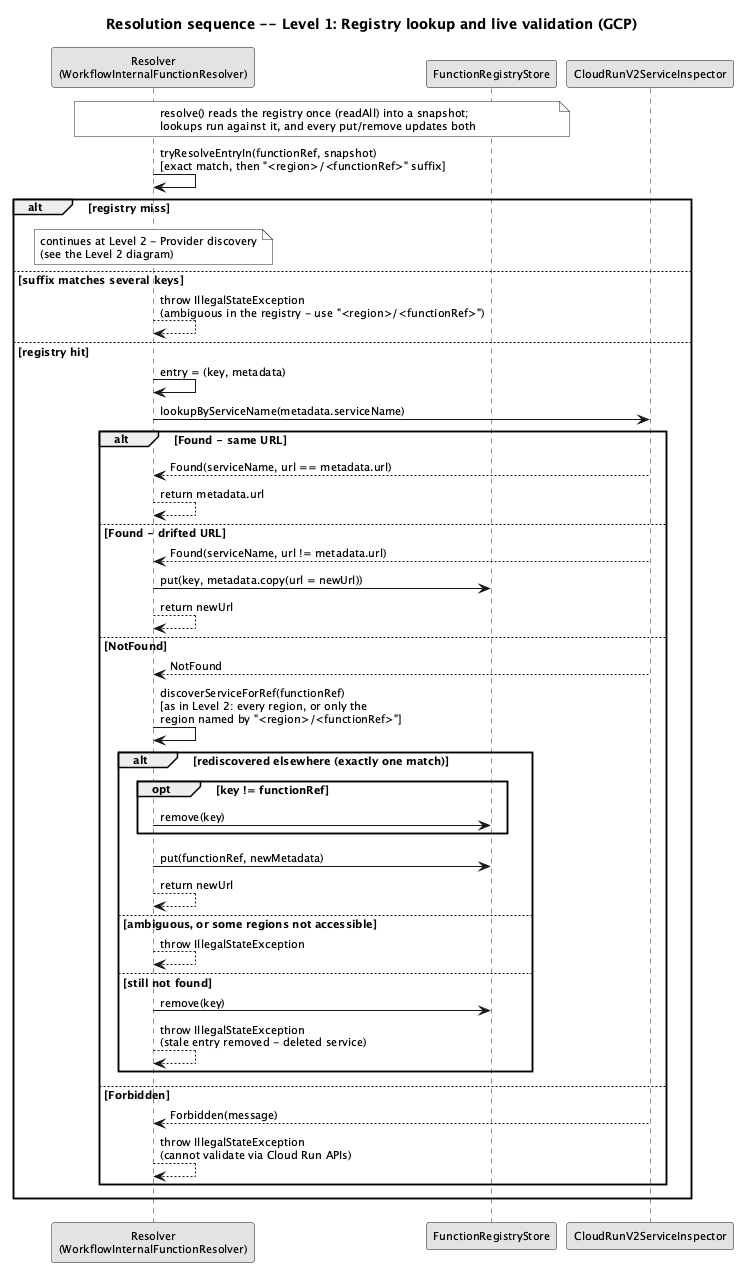
Before: diagrams/resolution-cascade-level1-gcp.png, a diagram exported from PlantUML (EngenheiroPedroCarvalho/ISEL-Thesis-2526).
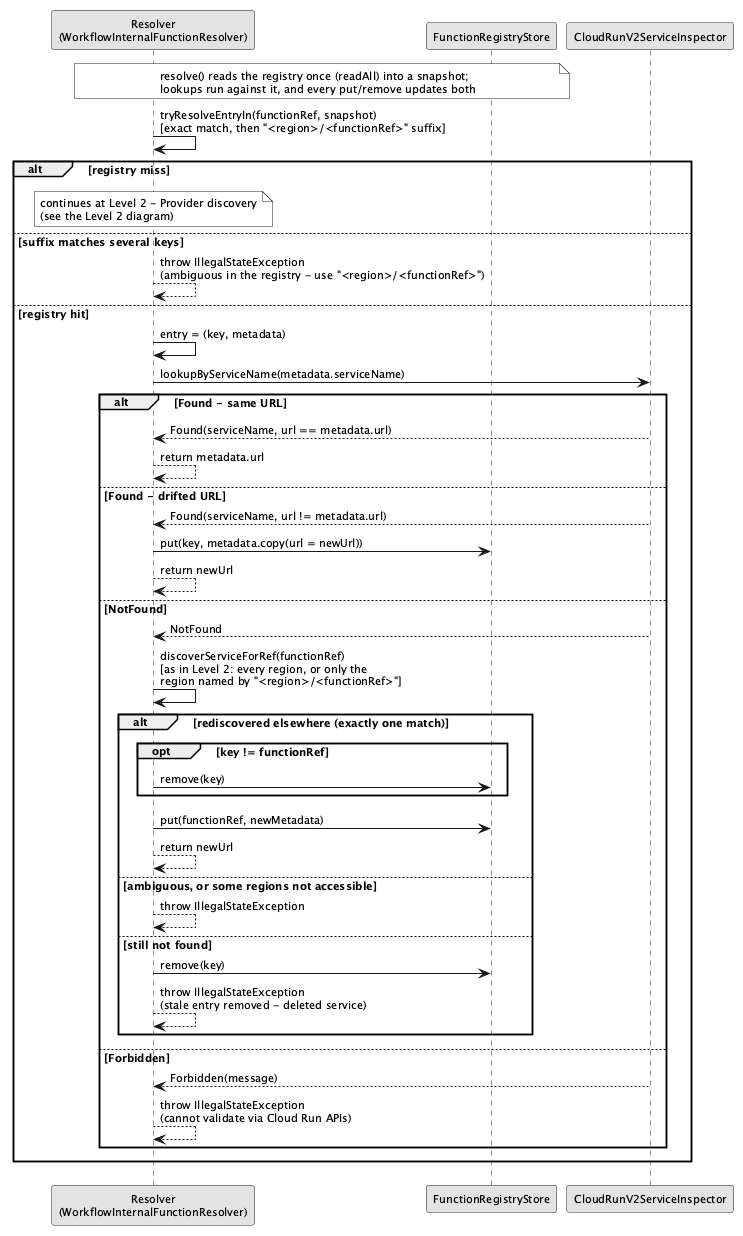
The same file after the commit.

Change to the diagram source:
```diff
@@ -2,8 +2,6 @@
 skinparam monochrome true
 skinparam shadowing false
 skinparam defaultFontSize 11
-title Resolution sequence -- Level 1: Registry lookup and live validation (GCP)
-
 participant "Resolver\n(WorkflowInternalFunctionResolver)" as R
 participant "FunctionRegistryStore" as REG
 participant "CloudRunV2ServiceInspector" as GI
```
